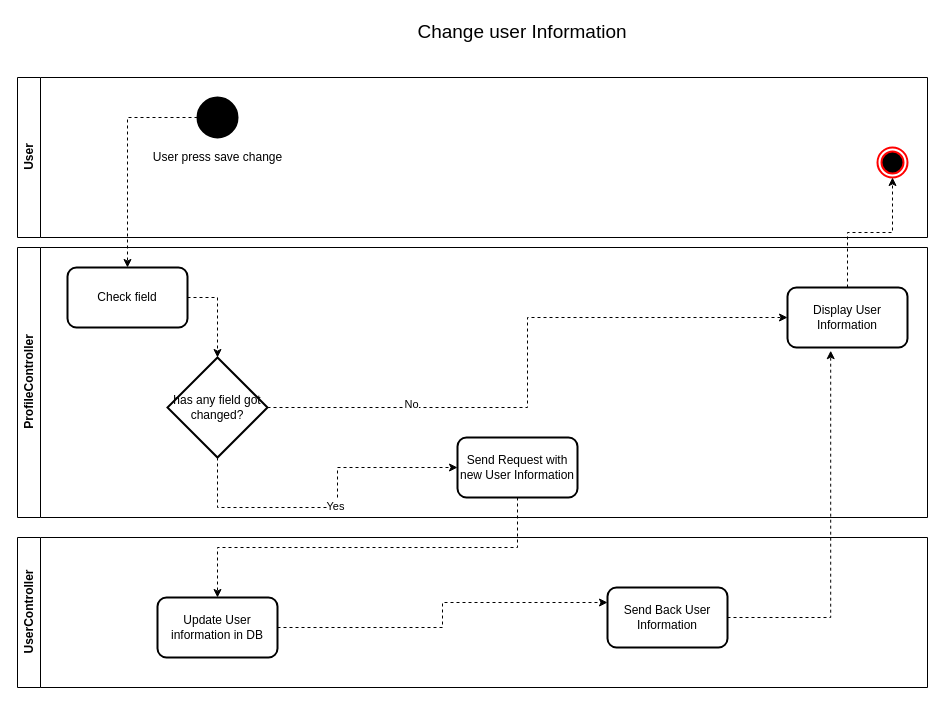
Above: Diagram/Workflow/Change User Information.drawio in NotAsea/Hocviec (draw.io), before the change. Source tidied: cells renumbered, new cells numbered last; positions are measured from the earlier drawing's top-left corner, leaving out a move shared by most shapes. Both pictures are drawn from the tidied source at 100%, with x=0, y=0 at pixel (17, 17).
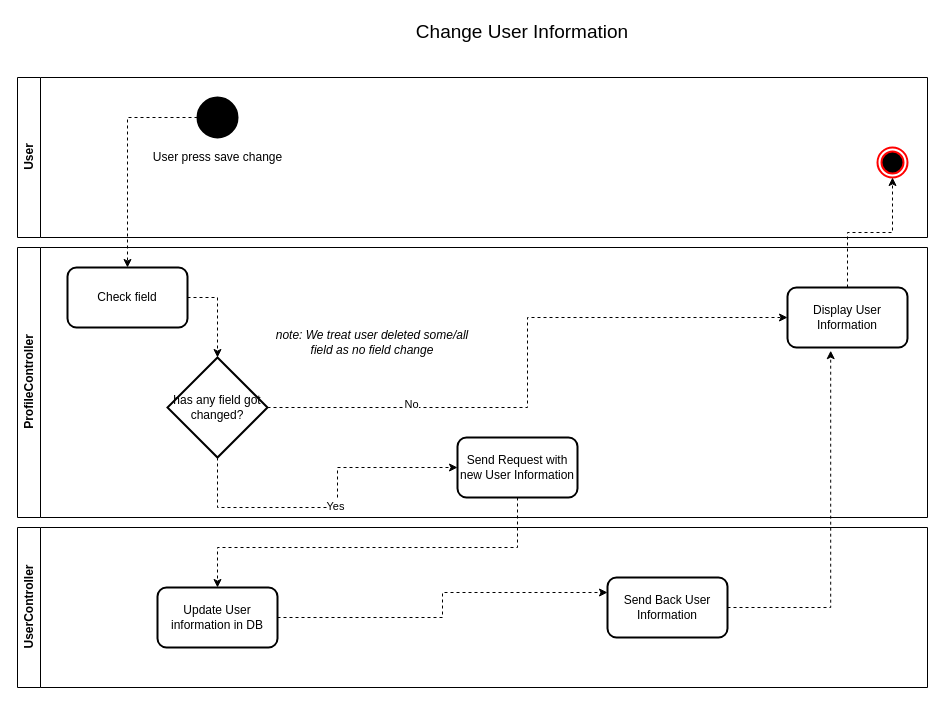
After the change.

The change refers to these unchanged cells:
```xml
<mxCell id="5" value="ProfileController" style="swimlane;horizontal=0;whiteSpace=wrap;html=1;" parent="1" vertex="1">
  <mxGeometry y="230" width="910" height="270" as="geometry" />
</mxCell>
```

The edit, as a diff of the source:
```diff
@@
+    <mxCell id="24" value="note: We treat user deleted some/all field as no field change" style="text;html=1;strokeColor=none;fillColor=none;align=center;verticalAlign=middle;whiteSpace=wrap;rounded=0;fontStyle=2;" parent="5" vertex="1">
+      <mxGeometry x="250" y="80" width="210" height="30" as="geometry" />
+    </mxCell>
     <mxCell id="15" value="UserController" style="swimlane;horizontal=0;whiteSpace=wrap;html=1;" parent="1" vertex="1">
-      <mxGeometry y="520" width="910" height="150" as="geometry" />
+      <mxGeometry y="510" width="910" height="160" as="geometry" />
     </mxCell>
@@
-    <mxCell id="21" value="Change user Information" style="text;html=1;strokeColor=none;fillColor=none;align=center;verticalAlign=middle;whiteSpace=wrap;rounded=0;fontSize=19;" parent="1" vertex="1">
+    <mxCell id="21" value="Change User Information" style="text;html=1;strokeColor=none;fillColor=none;align=center;verticalAlign=middle;whiteSpace=wrap;rounded=0;fontSize=19;" parent="1" vertex="1">
       <mxGeometry x="360" width="290" height="30" as="geometry" />
     </mxCell>
```
